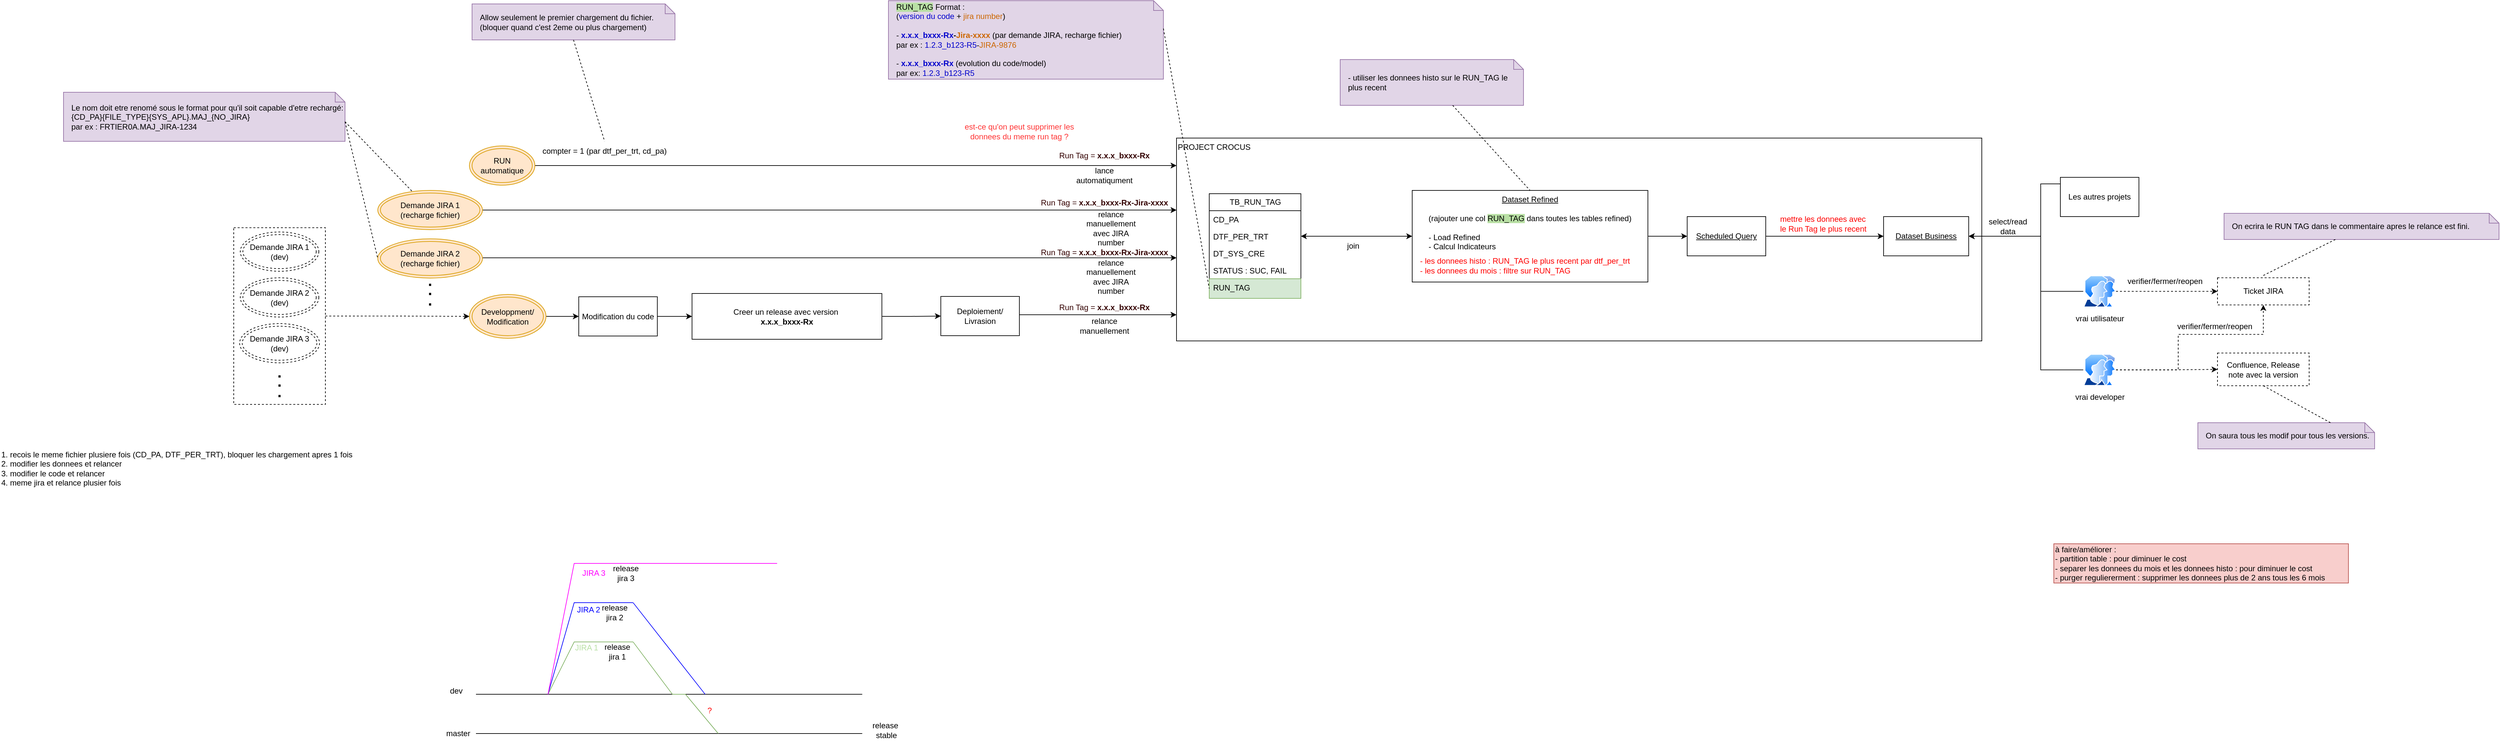
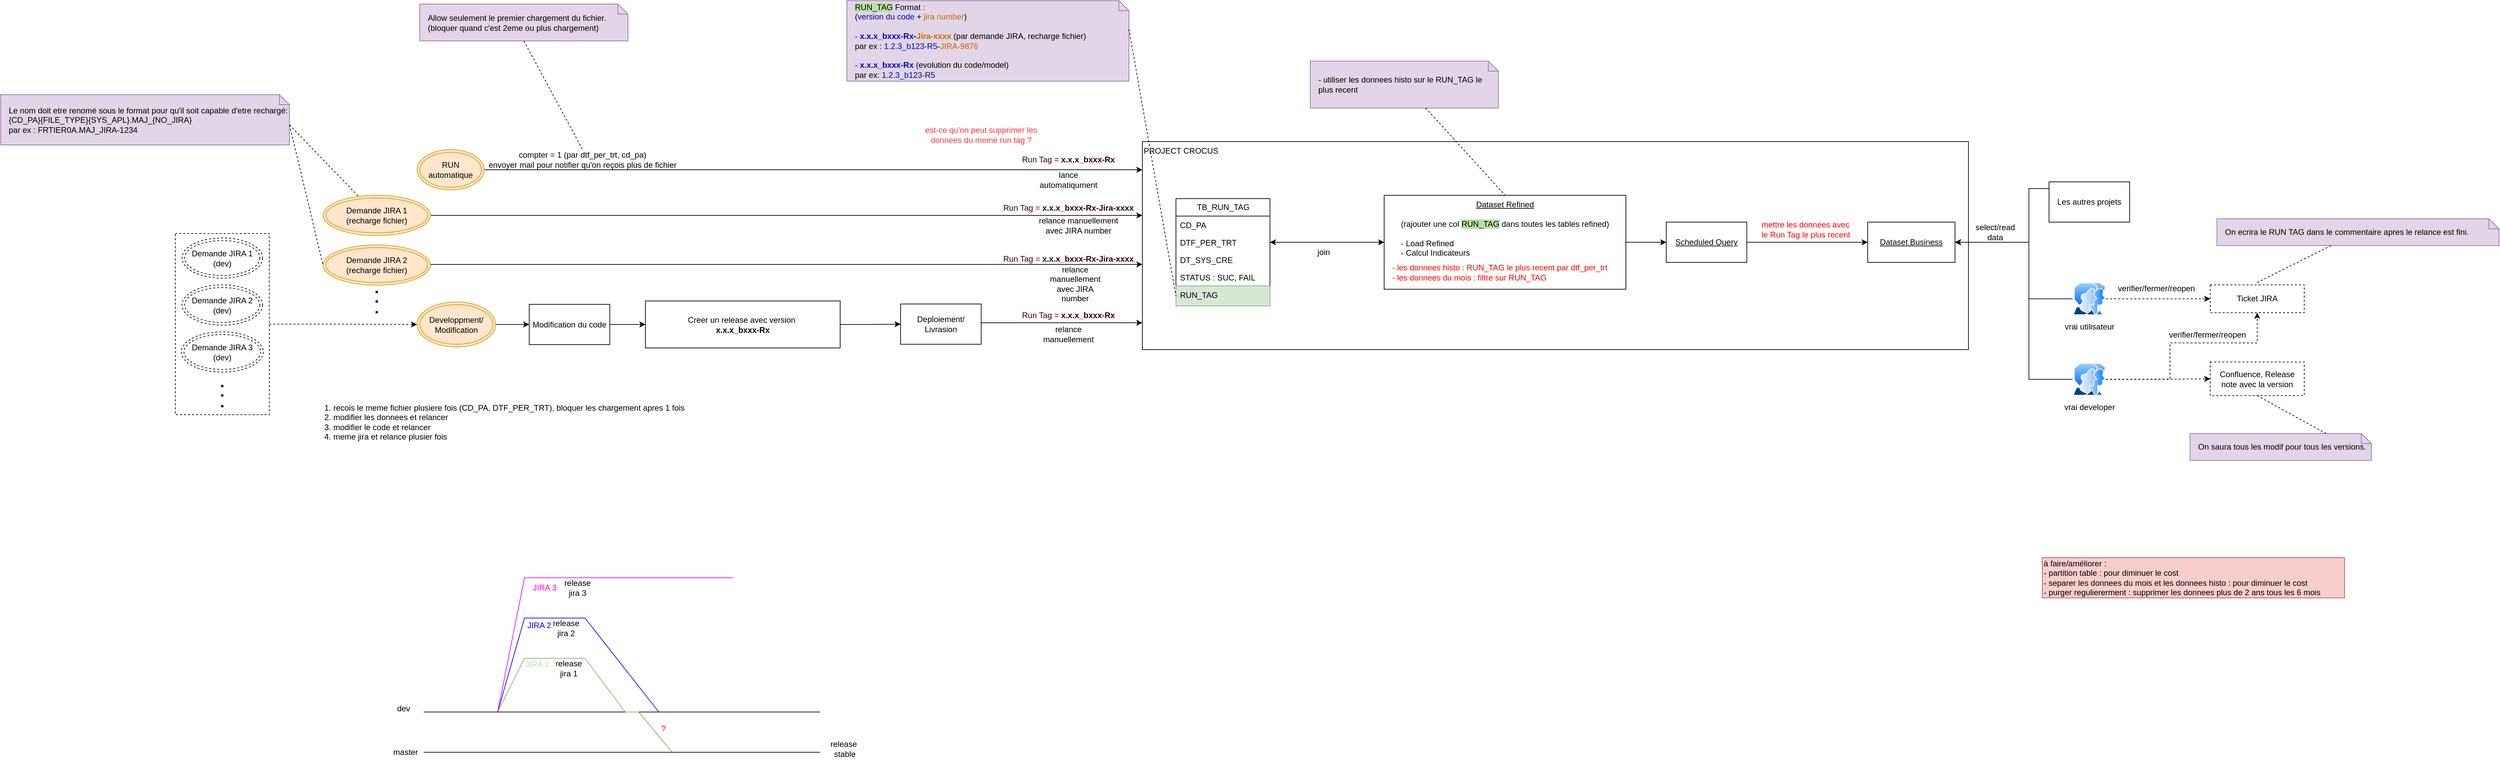
<mxfile host="app.diagrams.net">
  <diagram name="Page-1" id="bEAYSmEDHXBXhFzCy1HB">
-     <mxGraphModel dx="3038" dy="1747" grid="1" gridSize="10" guides="1" tooltips="1" connect="1" arrows="1" fold="1" page="1" pageScale="1" pageWidth="827" pageHeight="1169" math="0" shadow="0">
+     <mxGraphModel dx="3279" dy="1847" grid="1" gridSize="10" guides="1" tooltips="1" connect="1" arrows="1" fold="1" page="1" pageScale="1" pageWidth="827" pageHeight="1169" math="0" shadow="0">
      <root>
        <mxCell id="0" />
        <mxCell id="1" parent="0" />
        <mxCell id="cKu8MT6L8Fp_BZaxLZj7-22" edge="1" parent="1" source="cKu8MT6L8Fp_BZaxLZj7-16" style="edgeStyle=orthogonalEdgeStyle;rounded=0;orthogonalLoop=1;jettySize=auto;html=1;dashed=1;" target="QUzsFoNl6aFI_2ed8XXq-33">
          <mxGeometry relative="1" as="geometry">
            <Array as="points" />
            <mxPoint x="-937.4999999999995" y="382" as="sourcePoint" />
            <mxPoint x="-602.4999999999995" y="365" as="targetPoint" />
          </mxGeometry>
        </mxCell>
        <mxCell id="cKu8MT6L8Fp_BZaxLZj7-16" parent="1" style="rounded=0;whiteSpace=wrap;html=1;dashed=1;" value="" vertex="1">
          <mxGeometry height="270" width="140" x="-1070" y="247" as="geometry" />
        </mxCell>
        <mxCell id="QUzsFoNl6aFI_2ed8XXq-13" parent="1" style="rounded=0;whiteSpace=wrap;html=1;align=left;verticalAlign=top;" value="PROJECT CROCUS" vertex="1">
          <mxGeometry height="310" width="1230" x="370" y="110" as="geometry" />
        </mxCell>
        <mxCell id="QUzsFoNl6aFI_2ed8XXq-1" parent="1" style="swimlane;fontStyle=0;childLayout=stackLayout;horizontal=1;startSize=26;fillColor=none;horizontalStack=0;resizeParent=1;resizeParentMax=0;resizeLast=0;collapsible=1;marginBottom=0;html=1;" value="TB_RUN_TAG" vertex="1">
          <mxGeometry height="160" width="140" x="420" y="195" as="geometry" />
        </mxCell>
        <mxCell id="QUzsFoNl6aFI_2ed8XXq-2" parent="QUzsFoNl6aFI_2ed8XXq-1" style="text;strokeColor=none;fillColor=none;align=left;verticalAlign=top;spacingLeft=4;spacingRight=4;overflow=hidden;rotatable=0;points=[[0,0.5],[1,0.5]];portConstraint=eastwest;whiteSpace=wrap;html=1;" value="CD_PA" vertex="1">
          <mxGeometry height="26" width="140" y="26" as="geometry" />
        </mxCell>
        <mxCell id="QUzsFoNl6aFI_2ed8XXq-3" parent="QUzsFoNl6aFI_2ed8XXq-1" style="text;strokeColor=none;fillColor=none;align=left;verticalAlign=top;spacingLeft=4;spacingRight=4;overflow=hidden;rotatable=0;points=[[0,0.5],[1,0.5]];portConstraint=eastwest;whiteSpace=wrap;html=1;" value="DTF_PER_TRT" vertex="1">
          <mxGeometry height="26" width="140" y="52" as="geometry" />
        </mxCell>
        <mxCell id="QUzsFoNl6aFI_2ed8XXq-4" parent="QUzsFoNl6aFI_2ed8XXq-1" style="text;strokeColor=none;fillColor=none;align=left;verticalAlign=top;spacingLeft=4;spacingRight=4;overflow=hidden;rotatable=0;points=[[0,0.5],[1,0.5]];portConstraint=eastwest;whiteSpace=wrap;html=1;" value="DT_SYS_CRE" vertex="1">
          <mxGeometry height="26" width="140" y="78" as="geometry" />
        </mxCell>
        <mxCell id="QUzsFoNl6aFI_2ed8XXq-105" parent="QUzsFoNl6aFI_2ed8XXq-1" style="text;strokeColor=none;fillColor=none;align=left;verticalAlign=top;spacingLeft=4;spacingRight=4;overflow=hidden;rotatable=0;points=[[0,0.5],[1,0.5]];portConstraint=eastwest;whiteSpace=wrap;html=1;" value="STATUS : SUC, FAIL" vertex="1">
          <mxGeometry height="26" width="140" y="104" as="geometry" />
        </mxCell>
        <mxCell id="QUzsFoNl6aFI_2ed8XXq-5" parent="QUzsFoNl6aFI_2ed8XXq-1" style="text;strokeColor=#82b366;fillColor=#d5e8d4;align=left;verticalAlign=top;spacingLeft=4;spacingRight=4;overflow=hidden;rotatable=0;points=[[0,0.5],[1,0.5]];portConstraint=eastwest;whiteSpace=wrap;html=1;" value="RUN_TAG" vertex="1">
          <mxGeometry height="30" width="140" y="130" as="geometry" />
        </mxCell>
        <mxCell id="QUzsFoNl6aFI_2ed8XXq-7" parent="1" style="shape=note;size=15;align=left;spacingLeft=10;html=1;whiteSpace=wrap;fillColor=#e1d5e7;strokeColor=#9673a6;" value="&lt;span style=&quot;background-color: rgb(185, 224, 165);&quot;&gt;RUN_TAG&lt;/span&gt; Format :&amp;nbsp;&lt;div&gt;(&lt;font style=&quot;color: rgb(0, 0, 204);&quot;&gt;version du code&lt;/font&gt; +&lt;font style=&quot;color: rgb(204, 102, 0);&quot;&gt; &lt;font&gt;jira number&lt;/font&gt;&lt;/font&gt;)&lt;/div&gt;&lt;div&gt;&lt;br&gt;&lt;div&gt;- &lt;b&gt;&lt;font style=&quot;color: rgb(0, 0, 204);&quot;&gt;x.x.x_bxxx-Rx&lt;/font&gt;-&lt;font style=&quot;color: rgb(204, 102, 0);&quot;&gt;Jira-xxxx&lt;/font&gt;&lt;/b&gt; (par demande JIRA, recharge fichier)&amp;nbsp;&lt;/div&gt;&lt;div&gt;par ex : &lt;font style=&quot;color: rgb(0, 0, 204);&quot;&gt;1.2.3_b123-R5&lt;/font&gt;-&lt;font style=&quot;color: rgb(204, 102, 0);&quot;&gt;JIRA-9876&lt;/font&gt;&lt;/div&gt;&lt;div&gt;&lt;br&gt;&lt;/div&gt;&lt;div&gt;-&lt;b&gt; &lt;font style=&quot;color: rgb(0, 0, 204);&quot;&gt;x.x.x_bxxx-Rx&lt;/font&gt;&lt;/b&gt; (evolution du code/model)&lt;/div&gt;&lt;div&gt;&lt;span style=&quot;background-color: transparent; color: light-dark(rgb(0, 0, 0), rgb(255, 255, 255));&quot;&gt;par ex: &lt;/span&gt;&lt;span style=&quot;background-color: transparent;&quot;&gt;&lt;font style=&quot;color: light-dark(rgb(0, 0, 204), rgb(255, 255, 255));&quot;&gt;1.2.3_b123-R5&lt;/font&gt;&lt;/span&gt;&lt;/div&gt;&lt;/div&gt;" vertex="1">
          <mxGeometry height="120" width="420" x="-70" y="-100" as="geometry" />
        </mxCell>
        <mxCell id="QUzsFoNl6aFI_2ed8XXq-8" edge="1" parent="1" source="QUzsFoNl6aFI_2ed8XXq-7" style="edgeStyle=none;endArrow=none;exitX=0;exitY=0;dashed=1;html=1;rounded=0;entryX=0;entryY=0.5;entryDx=0;entryDy=0;exitDx=420;exitDy=42.5;exitPerimeter=0;" target="QUzsFoNl6aFI_2ed8XXq-5" value="">
          <mxGeometry relative="1" x="1" as="geometry">
            <mxPoint x="590" y="660" as="targetPoint" />
          </mxGeometry>
        </mxCell>
        <mxCell id="QUzsFoNl6aFI_2ed8XXq-10" parent="1" style="rounded=0;whiteSpace=wrap;html=1;dashed=1;" value="Confluence, Release note avec la v&lt;span style=&quot;background-color: transparent; color: light-dark(rgb(0, 0, 0), rgb(255, 255, 255));&quot;&gt;ersion&lt;/span&gt;" vertex="1">
          <mxGeometry height="50" width="140" x="1960" y="438.5" as="geometry" />
        </mxCell>
        <mxCell id="QUzsFoNl6aFI_2ed8XXq-11" parent="1" style="rounded=0;whiteSpace=wrap;html=1;dashed=1;" value="Ticket JIRA" vertex="1">
          <mxGeometry height="41.5" width="140" x="1960" y="323.5" as="geometry" />
        </mxCell>
        <mxCell id="QUzsFoNl6aFI_2ed8XXq-42" edge="1" parent="1" source="QUzsFoNl6aFI_2ed8XXq-12" style="edgeStyle=orthogonalEdgeStyle;rounded=0;orthogonalLoop=1;jettySize=auto;html=1;entryX=1;entryY=0.5;entryDx=0;entryDy=0;startArrow=classic;startFill=1;" target="QUzsFoNl6aFI_2ed8XXq-3">
          <mxGeometry relative="1" as="geometry" />
        </mxCell>
        <mxCell id="QUzsFoNl6aFI_2ed8XXq-50" edge="1" parent="1" source="QUzsFoNl6aFI_2ed8XXq-12" style="edgeStyle=orthogonalEdgeStyle;rounded=0;orthogonalLoop=1;jettySize=auto;html=1;" target="QUzsFoNl6aFI_2ed8XXq-46">
          <mxGeometry relative="1" as="geometry">
            <Array as="points" />
          </mxGeometry>
        </mxCell>
        <mxCell id="QUzsFoNl6aFI_2ed8XXq-12" parent="1" style="rounded=0;whiteSpace=wrap;html=1;verticalAlign=top;" value="&lt;u&gt;Dataset Refined&lt;/u&gt;&lt;div&gt;&lt;u&gt;&lt;br&gt;&lt;/u&gt;&lt;div&gt;(rajouter une col &lt;span style=&quot;background-color: rgb(185, 224, 165);&quot;&gt;RUN_TAG&lt;/span&gt;&lt;span&gt; &lt;/span&gt;dans toutes les tables refined)&lt;/div&gt;&lt;div&gt;&lt;br&gt;&lt;/div&gt;&lt;div style=&quot;text-align: left;&quot;&gt;- Load Refined&amp;nbsp; &amp;nbsp; &amp;nbsp; &amp;nbsp;&lt;/div&gt;&lt;div style=&quot;text-align: left;&quot;&gt;- Calcul Indicateurs&lt;/div&gt;&lt;/div&gt;" vertex="1">
          <mxGeometry height="140" width="360" x="730" y="190" as="geometry" />
        </mxCell>
        <mxCell id="QUzsFoNl6aFI_2ed8XXq-27" edge="1" parent="1" source="QUzsFoNl6aFI_2ed8XXq-33" style="edgeStyle=orthogonalEdgeStyle;rounded=0;orthogonalLoop=1;jettySize=auto;html=1;entryX=0;entryY=0.5;entryDx=0;entryDy=0;" target="QUzsFoNl6aFI_2ed8XXq-23">
          <mxGeometry relative="1" as="geometry">
            <mxPoint x="-740" y="198" as="sourcePoint" />
          </mxGeometry>
        </mxCell>
        <mxCell id="QUzsFoNl6aFI_2ed8XXq-19" parent="1" style="text;html=1;whiteSpace=wrap;strokeColor=none;fillColor=none;align=center;verticalAlign=middle;rounded=0;fontColor=#330000;" value="&lt;font style=&quot;&quot;&gt;Run Tag =&amp;nbsp;&lt;/font&gt;&lt;b style=&quot;text-align: left;&quot;&gt;x.x.x_bxxx-Rx-Jira-xxxx&lt;/b&gt;" vertex="1">
          <mxGeometry height="30" width="200" x="160" y="269.5" as="geometry" />
        </mxCell>
        <mxCell id="cKu8MT6L8Fp_BZaxLZj7-37" edge="1" parent="1" source="QUzsFoNl6aFI_2ed8XXq-23" style="edgeStyle=orthogonalEdgeStyle;rounded=0;orthogonalLoop=1;jettySize=auto;html=1;" target="QUzsFoNl6aFI_2ed8XXq-25">
          <mxGeometry relative="1" as="geometry" />
        </mxCell>
        <mxCell id="QUzsFoNl6aFI_2ed8XXq-23" parent="1" style="rounded=0;whiteSpace=wrap;html=1;" value="Modification du code" vertex="1">
          <mxGeometry height="60" width="120" x="-543" y="352.5" as="geometry" />
        </mxCell>
        <mxCell id="QUzsFoNl6aFI_2ed8XXq-31" edge="1" parent="1" source="QUzsFoNl6aFI_2ed8XXq-24" style="edgeStyle=orthogonalEdgeStyle;rounded=0;orthogonalLoop=1;jettySize=auto;html=1;" target="QUzsFoNl6aFI_2ed8XXq-13">
          <mxGeometry relative="1" as="geometry">
            <Array as="points">
              <mxPoint x="180" y="380" />
              <mxPoint x="180" y="380" />
            </Array>
            <mxPoint x="380" y="373" as="targetPoint" />
          </mxGeometry>
        </mxCell>
        <mxCell id="QUzsFoNl6aFI_2ed8XXq-24" parent="1" style="rounded=0;whiteSpace=wrap;html=1;" value="Deploiement/ Livrasion" vertex="1">
          <mxGeometry height="60" width="120" x="10" y="352" as="geometry" />
        </mxCell>
        <mxCell id="cKu8MT6L8Fp_BZaxLZj7-38" edge="1" parent="1" source="QUzsFoNl6aFI_2ed8XXq-25" style="edgeStyle=orthogonalEdgeStyle;rounded=0;orthogonalLoop=1;jettySize=auto;html=1;" target="QUzsFoNl6aFI_2ed8XXq-24">
          <mxGeometry relative="1" as="geometry" />
        </mxCell>
        <mxCell id="QUzsFoNl6aFI_2ed8XXq-25" parent="1" style="rounded=0;whiteSpace=wrap;html=1;" value="Creer un release avec version&amp;nbsp;&lt;div&gt;&lt;span style=&quot;text-align: left;&quot;&gt;&lt;b&gt;x.x.x_bxxx-Rx&lt;/b&gt;&lt;/span&gt;&lt;/div&gt;" vertex="1">
          <mxGeometry height="70" width="290" x="-370" y="347.5" as="geometry" />
        </mxCell>
        <mxCell id="QUzsFoNl6aFI_2ed8XXq-33" parent="1" style="ellipse;shape=doubleEllipse;whiteSpace=wrap;html=1;fillColor=#ffe6cc;strokeColor=#d79b00;" value="Developpment/&lt;div&gt;Modification&lt;/div&gt;" vertex="1">
          <mxGeometry height="67" width="117" x="-710" y="349" as="geometry" />
        </mxCell>
        <mxCell id="cKu8MT6L8Fp_BZaxLZj7-5" edge="1" parent="1" style="edgeStyle=orthogonalEdgeStyle;rounded=0;orthogonalLoop=1;jettySize=auto;html=1;">
          <mxGeometry relative="1" as="geometry">
            <Array as="points">
              <mxPoint x="110" y="293" />
              <mxPoint x="110" y="293" />
            </Array>
            <mxPoint x="-690.0000000000005" y="293" as="sourcePoint" />
            <mxPoint x="370" y="293" as="targetPoint" />
          </mxGeometry>
        </mxCell>
        <mxCell id="QUzsFoNl6aFI_2ed8XXq-34" parent="1" style="ellipse;shape=doubleEllipse;whiteSpace=wrap;html=1;fillColor=#ffe6cc;strokeColor=#d79b00;" value="Demande JIRA 2&lt;div&gt;(recharge fichier)&lt;/div&gt;" vertex="1">
          <mxGeometry height="60" width="160" x="-850" y="264" as="geometry" />
        </mxCell>
        <mxCell id="QUzsFoNl6aFI_2ed8XXq-36" edge="1" parent="1" source="QUzsFoNl6aFI_2ed8XXq-35" style="edgeStyle=orthogonalEdgeStyle;rounded=0;orthogonalLoop=1;jettySize=auto;html=1;" target="QUzsFoNl6aFI_2ed8XXq-13">
          <mxGeometry relative="1" as="geometry">
            <Array as="points">
              <mxPoint x="140" y="152" />
              <mxPoint x="140" y="152" />
            </Array>
            <mxPoint x="380" y="152.0588235294117" as="targetPoint" />
          </mxGeometry>
        </mxCell>
        <mxCell id="QUzsFoNl6aFI_2ed8XXq-35" parent="1" style="ellipse;shape=doubleEllipse;whiteSpace=wrap;html=1;fillColor=#ffe6cc;strokeColor=#d79b00;" value="RUN automatique" vertex="1">
          <mxGeometry height="60" width="100" x="-710" y="122" as="geometry" />
        </mxCell>
        <mxCell id="QUzsFoNl6aFI_2ed8XXq-40" parent="1" style="shape=note;size=15;align=left;spacingLeft=10;html=1;whiteSpace=wrap;fillColor=#e1d5e7;strokeColor=#9673a6;" value="&lt;div&gt;- utiliser les donnees histo sur le RUN_TAG le plus recent&lt;/div&gt;" vertex="1">
          <mxGeometry height="70" width="280" x="620" y="-10" as="geometry" />
        </mxCell>
        <mxCell id="QUzsFoNl6aFI_2ed8XXq-41" edge="1" parent="1" source="QUzsFoNl6aFI_2ed8XXq-40" style="edgeStyle=none;endArrow=none;dashed=1;html=1;rounded=0;entryX=0.5;entryY=0;entryDx=0;entryDy=0;" target="QUzsFoNl6aFI_2ed8XXq-12" value="">
          <mxGeometry relative="1" x="1" as="geometry">
            <mxPoint x="720" y="650" as="sourcePoint" />
            <mxPoint x="772" y="500" as="targetPoint" />
          </mxGeometry>
        </mxCell>
        <mxCell id="QUzsFoNl6aFI_2ed8XXq-43" parent="1" style="text;html=1;whiteSpace=wrap;strokeColor=none;fillColor=none;align=left;verticalAlign=middle;rounded=0;" value="&lt;font style=&quot;color: rgb(255, 0, 0);&quot;&gt;- les donnees histo : RUN_TAG le plus recent par dtf_per_trt&lt;/font&gt;&lt;div&gt;&lt;font style=&quot;color: rgb(255, 0, 0);&quot;&gt;- les donnees du mois : f&lt;/font&gt;&lt;span style=&quot;color: light-dark(rgb(255, 0, 0), rgb(255, 144, 144)); background-color: transparent;&quot;&gt;iltre sur RUN_TAG&lt;/span&gt;&lt;/div&gt;" vertex="1">
          <mxGeometry height="30" width="370" x="740" y="290" as="geometry" />
        </mxCell>
        <mxCell id="QUzsFoNl6aFI_2ed8XXq-45" parent="1" style="rounded=0;whiteSpace=wrap;html=1;" value="&lt;u&gt;Dataset Business&lt;/u&gt;" vertex="1">
          <mxGeometry height="60" width="130" x="1450" y="230" as="geometry" />
        </mxCell>
        <mxCell id="QUzsFoNl6aFI_2ed8XXq-48" edge="1" parent="1" source="QUzsFoNl6aFI_2ed8XXq-46" style="edgeStyle=orthogonalEdgeStyle;rounded=0;orthogonalLoop=1;jettySize=auto;html=1;" target="QUzsFoNl6aFI_2ed8XXq-45">
          <mxGeometry relative="1" as="geometry" />
        </mxCell>
        <mxCell id="QUzsFoNl6aFI_2ed8XXq-46" parent="1" style="rounded=0;whiteSpace=wrap;html=1;" value="&lt;u&gt;Scheduled Query&lt;/u&gt;" vertex="1">
          <mxGeometry height="60" width="120" x="1150" y="230" as="geometry" />
        </mxCell>
        <mxCell id="QUzsFoNl6aFI_2ed8XXq-51" parent="1" style="text;html=1;whiteSpace=wrap;strokeColor=none;fillColor=none;align=left;verticalAlign=middle;rounded=0;fontColor=#FF0000;" value="mettre les donnees avec le Run Tag le plus recent" vertex="1">
          <mxGeometry height="30" width="140" x="1290" y="226" as="geometry" />
        </mxCell>
        <mxCell id="QUzsFoNl6aFI_2ed8XXq-59" edge="1" parent="1" source="QUzsFoNl6aFI_2ed8XXq-52" style="edgeStyle=orthogonalEdgeStyle;rounded=0;orthogonalLoop=1;jettySize=auto;html=1;entryX=1;entryY=0.5;entryDx=0;entryDy=0;" target="QUzsFoNl6aFI_2ed8XXq-45">
          <mxGeometry relative="1" as="geometry">
            <Array as="points">
              <mxPoint x="1690" y="180" />
              <mxPoint x="1690" y="260" />
            </Array>
          </mxGeometry>
        </mxCell>
        <mxCell id="QUzsFoNl6aFI_2ed8XXq-52" parent="1" style="rounded=0;whiteSpace=wrap;html=1;" value="Les autres projets" vertex="1">
          <mxGeometry height="60" width="120" x="1720" y="170" as="geometry" />
        </mxCell>
        <mxCell id="QUzsFoNl6aFI_2ed8XXq-58" edge="1" parent="1" source="QUzsFoNl6aFI_2ed8XXq-57" style="edgeStyle=orthogonalEdgeStyle;rounded=0;orthogonalLoop=1;jettySize=auto;html=1;entryX=1;entryY=0.5;entryDx=0;entryDy=0;" target="QUzsFoNl6aFI_2ed8XXq-45">
          <mxGeometry relative="1" as="geometry">
            <Array as="points">
              <mxPoint x="1690" y="344" />
              <mxPoint x="1690" y="260" />
            </Array>
          </mxGeometry>
        </mxCell>
        <mxCell id="QUzsFoNl6aFI_2ed8XXq-65" edge="1" parent="1" source="QUzsFoNl6aFI_2ed8XXq-57" style="edgeStyle=orthogonalEdgeStyle;rounded=0;orthogonalLoop=1;jettySize=auto;html=1;dashed=1;" target="QUzsFoNl6aFI_2ed8XXq-11">
          <mxGeometry relative="1" as="geometry" />
        </mxCell>
        <mxCell id="QUzsFoNl6aFI_2ed8XXq-57" parent="1" style="image;aspect=fixed;perimeter=ellipsePerimeter;html=1;align=center;shadow=0;dashed=0;spacingTop=3;image=img/lib/active_directory/user_accounts.svg;" value="vrai utilisateur" vertex="1">
          <mxGeometry height="48.5" width="50" x="1755" y="320" as="geometry" />
        </mxCell>
        <mxCell id="QUzsFoNl6aFI_2ed8XXq-60" parent="1" style="text;html=1;whiteSpace=wrap;strokeColor=none;fillColor=none;align=center;verticalAlign=middle;rounded=0;" value="select/read data" vertex="1">
          <mxGeometry height="30" width="60" x="1610" y="230" as="geometry" />
        </mxCell>
        <mxCell id="QUzsFoNl6aFI_2ed8XXq-63" edge="1" parent="1" source="QUzsFoNl6aFI_2ed8XXq-62" style="edgeStyle=orthogonalEdgeStyle;rounded=0;orthogonalLoop=1;jettySize=auto;html=1;entryX=1;entryY=0.5;entryDx=0;entryDy=0;" target="QUzsFoNl6aFI_2ed8XXq-45">
          <mxGeometry relative="1" as="geometry">
            <Array as="points">
              <mxPoint x="1690" y="464" />
              <mxPoint x="1690" y="260" />
            </Array>
          </mxGeometry>
        </mxCell>
        <mxCell id="QUzsFoNl6aFI_2ed8XXq-66" edge="1" parent="1" source="QUzsFoNl6aFI_2ed8XXq-62" style="edgeStyle=orthogonalEdgeStyle;rounded=0;orthogonalLoop=1;jettySize=auto;html=1;dashed=1;" target="QUzsFoNl6aFI_2ed8XXq-10">
          <mxGeometry relative="1" as="geometry" />
        </mxCell>
        <mxCell id="QUzsFoNl6aFI_2ed8XXq-68" edge="1" parent="1" source="QUzsFoNl6aFI_2ed8XXq-62" style="edgeStyle=orthogonalEdgeStyle;rounded=0;orthogonalLoop=1;jettySize=auto;html=1;entryX=0.5;entryY=1;entryDx=0;entryDy=0;dashed=1;" target="QUzsFoNl6aFI_2ed8XXq-11">
          <mxGeometry relative="1" as="geometry">
            <Array as="points">
              <mxPoint x="1900" y="464" />
              <mxPoint x="1900" y="410" />
              <mxPoint x="2030" y="410" />
            </Array>
          </mxGeometry>
        </mxCell>
        <mxCell id="QUzsFoNl6aFI_2ed8XXq-62" parent="1" style="image;aspect=fixed;perimeter=ellipsePerimeter;html=1;align=center;shadow=0;dashed=0;spacingTop=3;image=img/lib/active_directory/user_accounts.svg;" value="vrai developer" vertex="1">
          <mxGeometry height="48.5" width="50" x="1755" y="440" as="geometry" />
        </mxCell>
        <mxCell id="QUzsFoNl6aFI_2ed8XXq-69" parent="1" style="shape=note;size=15;align=left;spacingLeft=10;html=1;whiteSpace=wrap;fillColor=#e1d5e7;strokeColor=#9673a6;" value="On ecrira le RUN TAG dans le commentaire apres le relance est fini." vertex="1">
          <mxGeometry height="40" width="420" x="1970" y="225" as="geometry" />
        </mxCell>
        <mxCell id="QUzsFoNl6aFI_2ed8XXq-70" edge="1" parent="1" source="QUzsFoNl6aFI_2ed8XXq-69" style="edgeStyle=none;endArrow=none;dashed=1;html=1;rounded=0;" value="">
          <mxGeometry relative="1" x="1" as="geometry">
            <mxPoint x="970" y="210" as="sourcePoint" />
            <mxPoint x="2030" y="320" as="targetPoint" />
          </mxGeometry>
        </mxCell>
        <mxCell id="QUzsFoNl6aFI_2ed8XXq-71" parent="1" style="shape=note;size=15;align=left;spacingLeft=10;html=1;whiteSpace=wrap;fillColor=#e1d5e7;strokeColor=#9673a6;" value="On saura tous les modif pour tous les versions." vertex="1">
          <mxGeometry height="40" width="270" x="1930" y="545" as="geometry" />
        </mxCell>
        <mxCell id="QUzsFoNl6aFI_2ed8XXq-72" edge="1" parent="1" source="QUzsFoNl6aFI_2ed8XXq-71" style="edgeStyle=none;endArrow=none;dashed=1;html=1;rounded=0;entryX=0.5;entryY=1;entryDx=0;entryDy=0;exitX=0;exitY=0;exitDx=202.5;exitDy=0;exitPerimeter=0;" target="QUzsFoNl6aFI_2ed8XXq-10" value="">
          <mxGeometry relative="1" x="1" as="geometry">
            <mxPoint x="2180" y="470" as="sourcePoint" />
            <mxPoint x="2070" y="525" as="targetPoint" />
          </mxGeometry>
        </mxCell>
        <mxCell id="QUzsFoNl6aFI_2ed8XXq-74" parent="1" style="rounded=0;whiteSpace=wrap;html=1;align=left;fillColor=#f8cecc;strokeColor=#b85450;" value="à faire/améliorer :&lt;div&gt;- partition table : pour diminuer le cost&lt;/div&gt;&lt;div&gt;- separer les donnees du mois et les donnees histo&amp;nbsp;&lt;span style=&quot;background-color: transparent; color: light-dark(rgb(0, 0, 0), rgb(255, 255, 255));&quot;&gt;: pour diminuer le cost&lt;/span&gt;&lt;/div&gt;&lt;div&gt;&lt;span style=&quot;background-color: transparent; color: light-dark(rgb(0, 0, 0), rgb(255, 255, 255));&quot;&gt;- purger reguliererment : supprimer les donnees plus de 2 ans tous les 6 mois&lt;/span&gt;&lt;/div&gt;" vertex="1">
          <mxGeometry height="60" width="450" x="1710" y="730" as="geometry" />
        </mxCell>
        <mxCell id="QUzsFoNl6aFI_2ed8XXq-76" parent="1" style="text;html=1;whiteSpace=wrap;strokeColor=none;fillColor=none;align=center;verticalAlign=middle;rounded=0;" value="join" vertex="1">
          <mxGeometry height="30" width="60" x="610" y="260" as="geometry" />
        </mxCell>
        <mxCell id="QUzsFoNl6aFI_2ed8XXq-81" edge="1" parent="1" style="endArrow=none;html=1;rounded=0;" value="">
          <mxGeometry height="50" relative="1" width="50" as="geometry">
            <mxPoint x="-700" y="960" as="sourcePoint" />
            <mxPoint x="-110" y="960" as="targetPoint" />
          </mxGeometry>
        </mxCell>
        <mxCell id="QUzsFoNl6aFI_2ed8XXq-83" edge="1" parent="1" style="endArrow=none;html=1;rounded=0;fillColor=#d5e8d4;strokeColor=#82b366;" value="">
          <mxGeometry height="50" relative="1" width="50" as="geometry">
            <Array as="points">
              <mxPoint x="-550" y="880" />
            </Array>
            <mxPoint x="-590" y="960" as="sourcePoint" />
            <mxPoint x="-460" y="880" as="targetPoint" />
          </mxGeometry>
        </mxCell>
        <mxCell id="QUzsFoNl6aFI_2ed8XXq-84" parent="1" style="text;html=1;whiteSpace=wrap;strokeColor=none;fillColor=none;align=center;verticalAlign=middle;rounded=0;" value="dev" vertex="1">
          <mxGeometry height="30" width="60" x="-760" y="940" as="geometry" />
        </mxCell>
        <mxCell id="QUzsFoNl6aFI_2ed8XXq-85" edge="1" parent="1" style="endArrow=none;html=1;rounded=0;strokeColor=#0000FF;" value="">
          <mxGeometry height="50" relative="1" width="50" as="geometry">
            <Array as="points">
              <mxPoint x="-550" y="820" />
            </Array>
            <mxPoint x="-590" y="960" as="sourcePoint" />
            <mxPoint x="-460" y="820" as="targetPoint" />
          </mxGeometry>
        </mxCell>
        <mxCell id="QUzsFoNl6aFI_2ed8XXq-86" edge="1" parent="1" style="endArrow=none;html=1;rounded=0;strokeColor=#FF00FF;" value="">
          <mxGeometry height="50" relative="1" width="50" as="geometry">
            <Array as="points">
              <mxPoint x="-550" y="760" />
            </Array>
            <mxPoint x="-590" y="960" as="sourcePoint" />
            <mxPoint x="-240" y="760" as="targetPoint" />
          </mxGeometry>
        </mxCell>
        <mxCell id="QUzsFoNl6aFI_2ed8XXq-87" parent="1" style="text;html=1;whiteSpace=wrap;strokeColor=none;fillColor=none;align=center;verticalAlign=middle;rounded=0;fontColor=#B9E0A5;" value="JIRA 1" vertex="1">
          <mxGeometry height="30" width="60" x="-561" y="874" as="geometry" />
        </mxCell>
        <mxCell id="QUzsFoNl6aFI_2ed8XXq-88" parent="1" style="text;html=1;whiteSpace=wrap;strokeColor=none;fillColor=none;align=center;verticalAlign=middle;rounded=0;fontColor=#0000FF;" value="JIRA 2" vertex="1">
          <mxGeometry height="30" width="60" x="-558" y="816" as="geometry" />
        </mxCell>
        <mxCell id="QUzsFoNl6aFI_2ed8XXq-89" parent="1" style="text;html=1;whiteSpace=wrap;strokeColor=none;fillColor=none;align=center;verticalAlign=middle;rounded=0;fontColor=#FF00FF;" value="JIRA 3" vertex="1">
          <mxGeometry height="30" width="60" x="-550" y="760" as="geometry" />
        </mxCell>
        <mxCell id="QUzsFoNl6aFI_2ed8XXq-90" edge="1" parent="1" style="endArrow=none;html=1;rounded=0;" value="">
          <mxGeometry height="50" relative="1" width="50" as="geometry">
            <mxPoint x="-700" y="1020" as="sourcePoint" />
            <mxPoint x="-110" y="1020" as="targetPoint" />
          </mxGeometry>
        </mxCell>
        <mxCell id="QUzsFoNl6aFI_2ed8XXq-91" parent="1" style="text;html=1;whiteSpace=wrap;strokeColor=none;fillColor=none;align=center;verticalAlign=middle;rounded=0;" value="master" vertex="1">
          <mxGeometry height="30" width="60" x="-757" y="1005" as="geometry" />
        </mxCell>
        <mxCell id="QUzsFoNl6aFI_2ed8XXq-92" edge="1" parent="1" style="endArrow=none;html=1;rounded=0;fillColor=#d5e8d4;strokeColor=#82b366;" value="">
          <mxGeometry height="50" relative="1" width="50" as="geometry">
            <mxPoint x="-460" y="880" as="sourcePoint" />
            <mxPoint x="-400" y="960" as="targetPoint" />
          </mxGeometry>
        </mxCell>
        <mxCell id="QUzsFoNl6aFI_2ed8XXq-94" edge="1" parent="1" style="endArrow=none;html=1;rounded=0;strokeColor=#0000FF;" value="">
          <mxGeometry height="50" relative="1" width="50" as="geometry">
            <mxPoint x="-460" y="820" as="sourcePoint" />
            <mxPoint x="-350" y="960" as="targetPoint" />
          </mxGeometry>
        </mxCell>
        <mxCell id="QUzsFoNl6aFI_2ed8XXq-95" edge="1" parent="1" style="endArrow=none;html=1;rounded=0;fillColor=#d5e8d4;strokeColor=#82b366;" value="">
          <mxGeometry height="50" relative="1" width="50" as="geometry">
            <mxPoint x="-380" y="960" as="sourcePoint" />
            <mxPoint x="-330" y="1020" as="targetPoint" />
          </mxGeometry>
        </mxCell>
        <mxCell id="QUzsFoNl6aFI_2ed8XXq-96" edge="1" parent="1" style="endArrow=none;html=1;rounded=0;fillColor=#d5e8d4;strokeColor=#82b366;" value="">
          <mxGeometry height="50" relative="1" width="50" as="geometry">
            <mxPoint x="-400" y="960" as="sourcePoint" />
            <mxPoint x="-380" y="960" as="targetPoint" />
          </mxGeometry>
        </mxCell>
        <mxCell id="QUzsFoNl6aFI_2ed8XXq-98" parent="1" style="text;html=1;whiteSpace=wrap;strokeColor=none;fillColor=none;align=center;verticalAlign=middle;rounded=0;" value="release jira 2" vertex="1">
          <mxGeometry height="30" width="60" x="-518" y="820" as="geometry" />
        </mxCell>
        <mxCell id="QUzsFoNl6aFI_2ed8XXq-99" parent="1" style="text;html=1;whiteSpace=wrap;strokeColor=none;fillColor=none;align=center;verticalAlign=middle;rounded=0;" value="release jira 1" vertex="1">
          <mxGeometry height="30" width="60" x="-514" y="880" as="geometry" />
        </mxCell>
        <mxCell id="QUzsFoNl6aFI_2ed8XXq-100" parent="1" style="text;html=1;whiteSpace=wrap;strokeColor=none;fillColor=none;align=center;verticalAlign=middle;rounded=0;" value="release jira 3" vertex="1">
          <mxGeometry height="30" width="60" x="-501" y="760" as="geometry" />
        </mxCell>
        <mxCell id="QUzsFoNl6aFI_2ed8XXq-101" parent="1" style="text;html=1;whiteSpace=wrap;strokeColor=none;fillColor=none;align=center;verticalAlign=middle;rounded=0;" value="release&amp;nbsp; stable" vertex="1">
          <mxGeometry height="30" width="60" x="-103" y="1000" as="geometry" />
        </mxCell>
        <mxCell id="QUzsFoNl6aFI_2ed8XXq-103" parent="1" style="text;html=1;whiteSpace=wrap;strokeColor=none;fillColor=none;align=center;verticalAlign=middle;rounded=0;fontColor=#FF0000;" value="?" vertex="1">
          <mxGeometry height="30" width="60" x="-373" y="970" as="geometry" />
        </mxCell>
-         <mxCell id="QUzsFoNl6aFI_2ed8XXq-104" parent="1" style="text;html=1;whiteSpace=wrap;strokeColor=none;fillColor=none;align=center;verticalAlign=middle;rounded=0;" value="compter = 1 (par dtf_per_trt, cd_pa)" vertex="1">
-           <mxGeometry height="30" width="227" x="-617" y="115" as="geometry" />
+         <mxCell id="QUzsFoNl6aFI_2ed8XXq-104" parent="1" style="text;html=1;whiteSpace=wrap;strokeColor=none;fillColor=none;align=center;verticalAlign=middle;rounded=0;" value="compter = 1 (par dtf_per_trt, cd_pa)&lt;div&gt;envoyer mail pour notifier qu&#39;on reçois plus de fichier&lt;/div&gt;" vertex="1">
+           <mxGeometry height="30" width="293" x="-610" y="122" as="geometry" />
        </mxCell>
        <mxCell id="QUzsFoNl6aFI_2ed8XXq-106" parent="1" style="text;html=1;whiteSpace=wrap;strokeColor=none;fillColor=none;align=left;verticalAlign=middle;rounded=0;" value="1. recois le meme fichier plusiere fois (CD_PA, DTF_PER_TRT), bloquer les chargement apres 1 fois&lt;div&gt;2. modifier les donnees et relancer&lt;/div&gt;&lt;div&gt;3. modifier le code et relancer&lt;/div&gt;&lt;div&gt;4.&amp;nbsp;&lt;span style=&quot;text-align: center; background-color: transparent; color: light-dark(rgb(0, 0, 0), rgb(255, 255, 255));&quot;&gt;meme jira et relance plusier fois&lt;/span&gt;&lt;/div&gt;" vertex="1">
-           <mxGeometry height="30" width="600" x="-1427" y="600" as="geometry" />
+           <mxGeometry height="30" width="600" x="-850" y="513.25" as="geometry" />
        </mxCell>
        <mxCell id="cKu8MT6L8Fp_BZaxLZj7-1" parent="1" style="shape=note;size=15;align=left;spacingLeft=10;html=1;whiteSpace=wrap;fillColor=#e1d5e7;strokeColor=#9673a6;labelBackgroundColor=none;" value="&lt;span style=&quot;&quot;&gt;Allow seulement le premier chargement du fichier.&lt;br&gt;(bloquer quand c&#39;est 2eme ou plus chargement)&lt;/span&gt;" vertex="1">
          <mxGeometry height="55" width="310" x="-706" y="-95" as="geometry" />
        </mxCell>
        <mxCell id="cKu8MT6L8Fp_BZaxLZj7-2" edge="1" parent="1" source="cKu8MT6L8Fp_BZaxLZj7-1" style="edgeStyle=none;endArrow=none;exitX=0.5;exitY=1;dashed=1;html=1;rounded=0;entryX=0.5;entryY=0;entryDx=0;entryDy=0;exitDx=0;exitDy=0;exitPerimeter=0;" target="QUzsFoNl6aFI_2ed8XXq-104" value="">
          <mxGeometry relative="1" x="1" as="geometry">
            <mxPoint x="590" y="300" as="sourcePoint" />
            <mxPoint x="680" y="507" as="targetPoint" />
          </mxGeometry>
        </mxCell>
        <mxCell id="cKu8MT6L8Fp_BZaxLZj7-3" parent="1" style="ellipse;shape=doubleEllipse;whiteSpace=wrap;html=1;dashed=1;" value="Demande JIRA 1&lt;div&gt;(dev)&lt;/div&gt;" vertex="1">
          <mxGeometry height="60" width="120" x="-1060" y="253.5" as="geometry" />
        </mxCell>
        <mxCell id="cKu8MT6L8Fp_BZaxLZj7-7" parent="1" style="text;html=1;whiteSpace=wrap;strokeColor=none;fillColor=none;align=center;verticalAlign=middle;rounded=0;fontColor=#330000;" value="&lt;font style=&quot;&quot;&gt;Run Tag =&amp;nbsp;&lt;b style=&quot;text-align: left;&quot;&gt;x.x.x_bxxx-Rx&lt;/b&gt;&lt;/font&gt;" vertex="1">
          <mxGeometry height="30" width="200" x="160" y="122" as="geometry" />
        </mxCell>
        <mxCell id="cKu8MT6L8Fp_BZaxLZj7-11" parent="1" style="shape=note;size=15;align=left;spacingLeft=10;html=1;whiteSpace=wrap;fillColor=#e1d5e7;strokeColor=#9673a6;labelBackgroundColor=none;" value="&lt;span style=&quot;&quot;&gt;Le nom doit etre renomé sous le format pour qu&#39;il soit capable d&#39;etre rechargé:&lt;br&gt;{CD_PA}{FILE_TYPE}{SYS_APL}.MAJ_{NO_JIRA}&lt;/span&gt;&lt;div&gt;&lt;span style=&quot;&quot;&gt;par ex : FRTIER0A.MAJ_JIRA-1234&lt;/span&gt;&lt;/div&gt;" vertex="1">
          <mxGeometry height="75" width="430" x="-1330" y="40" as="geometry" />
        </mxCell>
        <mxCell id="cKu8MT6L8Fp_BZaxLZj7-14" parent="1" style="ellipse;shape=doubleEllipse;whiteSpace=wrap;html=1;dashed=1;" value="Demande JIRA 2&lt;div&gt;(dev)&lt;/div&gt;" vertex="1">
          <mxGeometry height="60" width="120" x="-1060" y="323.5" as="geometry" />
        </mxCell>
        <mxCell id="cKu8MT6L8Fp_BZaxLZj7-15" parent="1" style="ellipse;shape=doubleEllipse;whiteSpace=wrap;html=1;dashed=1;" value="Demande JIRA 3&lt;div&gt;(dev)&lt;/div&gt;" vertex="1">
          <mxGeometry height="60" width="122" x="-1061" y="393.5" as="geometry" />
        </mxCell>
        <mxCell id="cKu8MT6L8Fp_BZaxLZj7-19" parent="1" style="text;html=1;whiteSpace=wrap;strokeColor=none;fillColor=none;align=center;verticalAlign=middle;rounded=0;fontSize=23;fontStyle=1" value="." vertex="1">
          <mxGeometry height="30" width="60" x="-1030" y="453.25" as="geometry" />
        </mxCell>
        <mxCell id="cKu8MT6L8Fp_BZaxLZj7-20" parent="1" style="text;html=1;whiteSpace=wrap;strokeColor=none;fillColor=none;align=center;verticalAlign=middle;rounded=0;fontSize=23;fontStyle=1" value="." vertex="1">
          <mxGeometry height="30" width="60" x="-1030" y="467" as="geometry" />
        </mxCell>
        <mxCell id="cKu8MT6L8Fp_BZaxLZj7-21" parent="1" style="text;html=1;whiteSpace=wrap;strokeColor=none;fillColor=none;align=center;verticalAlign=middle;rounded=0;fontSize=23;fontStyle=1" value="." vertex="1">
          <mxGeometry height="30" width="60" x="-1030" y="483.25" as="geometry" />
        </mxCell>
        <mxCell id="cKu8MT6L8Fp_BZaxLZj7-24" edge="1" parent="1" source="cKu8MT6L8Fp_BZaxLZj7-23" style="edgeStyle=orthogonalEdgeStyle;rounded=0;orthogonalLoop=1;jettySize=auto;html=1;" target="QUzsFoNl6aFI_2ed8XXq-13">
          <mxGeometry relative="1" as="geometry">
            <Array as="points">
              <mxPoint x="120" y="220" />
              <mxPoint x="120" y="220" />
            </Array>
          </mxGeometry>
        </mxCell>
        <mxCell id="cKu8MT6L8Fp_BZaxLZj7-23" parent="1" style="ellipse;shape=doubleEllipse;whiteSpace=wrap;html=1;fillColor=#ffe6cc;strokeColor=#d79b00;" value="Demande JIRA 1&lt;div&gt;(recharge fichier)&lt;/div&gt;" vertex="1">
          <mxGeometry height="60" width="160" x="-850" y="190" as="geometry" />
        </mxCell>
        <mxCell id="cKu8MT6L8Fp_BZaxLZj7-25" edge="1" parent="1" source="cKu8MT6L8Fp_BZaxLZj7-11" style="edgeStyle=none;endArrow=none;exitX=0;exitY=0;dashed=1;html=1;rounded=0;exitDx=430;exitDy=45;exitPerimeter=0;" target="cKu8MT6L8Fp_BZaxLZj7-23" value="">
          <mxGeometry relative="1" x="1" as="geometry">
            <mxPoint x="-520" y="10" as="sourcePoint" />
            <mxPoint x="-490" y="150" as="targetPoint" />
          </mxGeometry>
        </mxCell>
        <mxCell id="cKu8MT6L8Fp_BZaxLZj7-26" edge="1" parent="1" source="cKu8MT6L8Fp_BZaxLZj7-11" style="edgeStyle=none;endArrow=none;exitX=0;exitY=0;dashed=1;html=1;rounded=0;exitDx=430;exitDy=45;exitPerimeter=0;entryX=0;entryY=0.5;entryDx=0;entryDy=0;" target="QUzsFoNl6aFI_2ed8XXq-34" value="">
          <mxGeometry relative="1" x="1" as="geometry">
            <mxPoint x="-900" y="200" as="sourcePoint" />
            <mxPoint x="-801" y="244" as="targetPoint" />
          </mxGeometry>
        </mxCell>
        <mxCell id="cKu8MT6L8Fp_BZaxLZj7-27" parent="1" style="text;html=1;whiteSpace=wrap;strokeColor=none;fillColor=none;align=center;verticalAlign=middle;rounded=0;fontSize=23;fontStyle=1" value="." vertex="1">
          <mxGeometry height="30" width="60" x="-800" y="313" as="geometry" />
        </mxCell>
        <mxCell id="cKu8MT6L8Fp_BZaxLZj7-28" parent="1" style="text;html=1;whiteSpace=wrap;strokeColor=none;fillColor=none;align=center;verticalAlign=middle;rounded=0;fontSize=23;fontStyle=1" value="." vertex="1">
          <mxGeometry height="30" width="60" x="-800" y="343" as="geometry" />
        </mxCell>
        <mxCell id="cKu8MT6L8Fp_BZaxLZj7-29" parent="1" style="text;html=1;whiteSpace=wrap;strokeColor=none;fillColor=none;align=center;verticalAlign=middle;rounded=0;fontSize=23;fontStyle=1" value="." vertex="1">
          <mxGeometry height="30" width="60" x="-800" y="326.5" as="geometry" />
        </mxCell>
        <mxCell id="cKu8MT6L8Fp_BZaxLZj7-31" parent="1" style="text;html=1;whiteSpace=wrap;strokeColor=none;fillColor=none;align=center;verticalAlign=middle;rounded=0;fontColor=#330000;" value="&lt;font style=&quot;&quot;&gt;Run Tag =&amp;nbsp;&lt;/font&gt;&lt;b style=&quot;text-align: left;&quot;&gt;x.x.x_bxxx-Rx-Jira-xxxx&lt;/b&gt;" vertex="1">
          <mxGeometry height="30" width="200" x="160" y="194" as="geometry" />
        </mxCell>
        <mxCell id="cKu8MT6L8Fp_BZaxLZj7-33" parent="1" style="text;html=1;whiteSpace=wrap;strokeColor=none;fillColor=none;align=center;verticalAlign=middle;rounded=0;fontColor=#330000;" value="&lt;font style=&quot;&quot;&gt;Run Tag =&amp;nbsp;&lt;b style=&quot;text-align: left;&quot;&gt;x.x.x_bxxx-Rx&lt;/b&gt;&lt;/font&gt;" vertex="1">
          <mxGeometry height="30" width="200" x="160" y="353.5" as="geometry" />
        </mxCell>
        <mxCell id="cKu8MT6L8Fp_BZaxLZj7-39" parent="1" style="text;html=1;whiteSpace=wrap;strokeColor=none;fillColor=none;align=center;verticalAlign=middle;rounded=0;" value="verifier/fermer/reopen" vertex="1">
          <mxGeometry height="30" width="60" x="1850" y="313.5" as="geometry" />
        </mxCell>
        <mxCell id="cKu8MT6L8Fp_BZaxLZj7-40" parent="1" style="text;html=1;whiteSpace=wrap;strokeColor=none;fillColor=none;align=center;verticalAlign=middle;rounded=0;" value="verifier/fermer/reopen" vertex="1">
          <mxGeometry height="30" width="60" x="1926" y="382.5" as="geometry" />
        </mxCell>
        <mxCell id="cKu8MT6L8Fp_BZaxLZj7-43" parent="1" style="text;html=1;whiteSpace=wrap;strokeColor=none;fillColor=none;align=center;verticalAlign=middle;rounded=0;fontColor=#FF3333;" value="est-ce qu&#39;on peut supprimer les donnees du meme run tag ?" vertex="1">
          <mxGeometry height="30" width="200" x="30" y="85" as="geometry" />
        </mxCell>
        <mxCell id="joy4J5Q9jbU-j6AZ98Qk-1" parent="1" style="text;html=1;whiteSpace=wrap;strokeColor=none;fillColor=none;align=center;verticalAlign=middle;rounded=0;" value="relance manuellement&lt;div&gt;avec JIRA number&lt;/div&gt;" vertex="1">
          <mxGeometry height="30" width="60" x="240" y="307" as="geometry" />
        </mxCell>
        <mxCell id="joy4J5Q9jbU-j6AZ98Qk-2" parent="1" style="text;html=1;whiteSpace=wrap;strokeColor=none;fillColor=none;align=center;verticalAlign=middle;rounded=0;" value="relance manuellement&lt;div&gt;avec JIRA number&lt;/div&gt;" vertex="1">
-           <mxGeometry height="30" width="60" x="240" y="232.5" as="geometry" />
+           <mxGeometry height="30" width="150" x="200" y="220" as="geometry" />
        </mxCell>
        <mxCell id="joy4J5Q9jbU-j6AZ98Qk-3" parent="1" style="text;html=1;whiteSpace=wrap;strokeColor=none;fillColor=none;align=center;verticalAlign=middle;rounded=0;" value="relance manuellement" vertex="1">
          <mxGeometry height="30" width="60" x="230" y="382" as="geometry" />
        </mxCell>
        <mxCell id="joy4J5Q9jbU-j6AZ98Qk-4" parent="1" style="text;html=1;whiteSpace=wrap;strokeColor=none;fillColor=none;align=center;verticalAlign=middle;rounded=0;" value="lance automatiqument" vertex="1">
          <mxGeometry height="30" width="60" x="230" y="152" as="geometry" />
        </mxCell>
      </root>
    </mxGraphModel>
  </diagram>
</mxfile>
